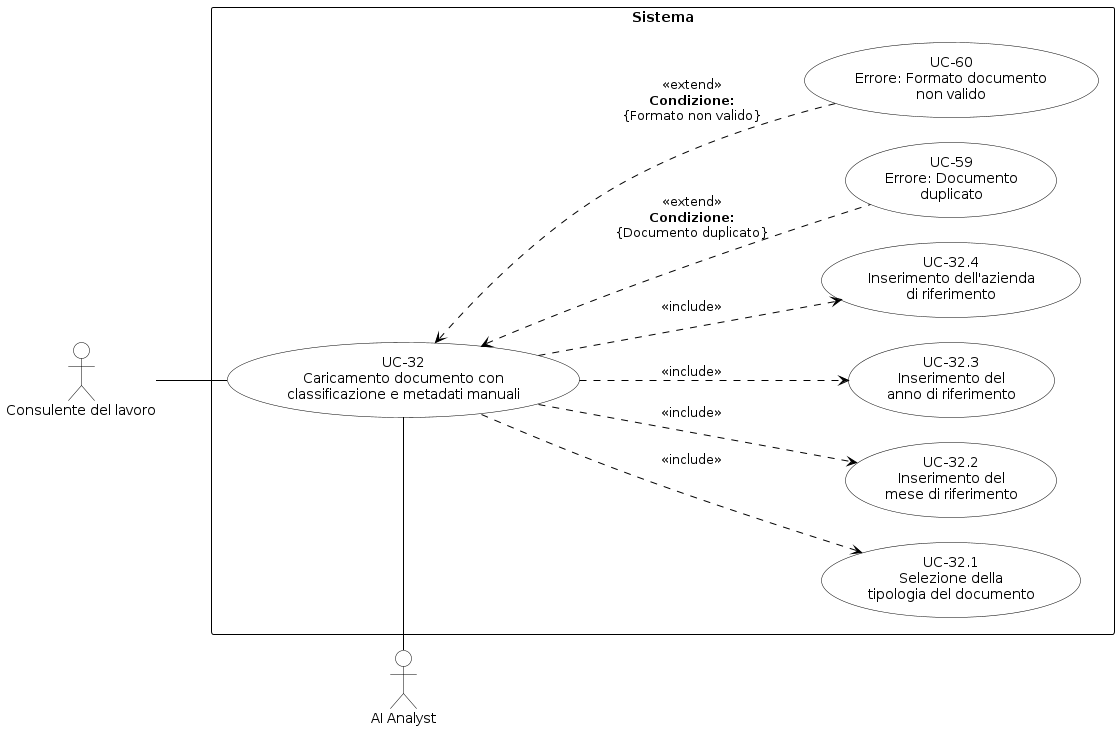
Before: RTB/Analisi dei Requisiti/diagrammi_use_case/UC-32.png, a diagram exported from PlantUML (aLittleByte-19/Documentazione).
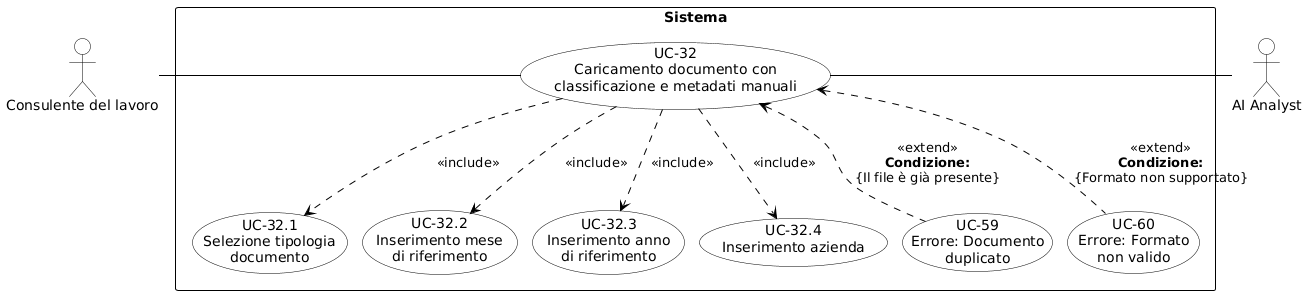
Later version of the same file.

Change to the diagram source:
```diff
@@ -1,9 +1,11 @@
 @startuml
 skinparam shadowing false
 skinparam defaultFontName Arial
-left to right direction
-skinparam nodesep 25
-skinparam ranksep 70
+
+top to bottom direction
+
+skinparam ranksep 50
+skinparam nodesep 15
 
 skinparam usecase {
     BackgroundColor white
@@ -19,29 +21,30 @@
     FontStyle bold
 }
 
-actor "Consulente del lavoro" as CL
+actor "Consulente del lavoro" as C
 actor "AI Analyst" as AI
 
 rectangle "Sistema" {
     usecase "UC-32\nCaricamento documento con\nclassificazione e metadati manuali" as UC32
 
-    usecase "UC-32.1\nSelezione della\ntipologia del documento" as UC32_1
-    usecase "UC-32.2\nInserimento del\nmese di riferimento" as UC32_2
-    usecase "UC-32.3\nInserimento del\nanno di riferimento" as UC32_3
-    usecase "UC-32.4\nInserimento dell'azienda\ndi riferimento" as UC32_4
+    usecase "UC-32.1\nSelezione tipologia\ndocumento" as UC32_1
+    usecase "UC-32.2\nInserimento mese\ndi riferimento" as UC32_2
+    usecase "UC-32.3\nInserimento anno\ndi riferimento" as UC32_3
+    usecase "UC-32.4\nInserimento azienda" as UC32_4
 
     usecase "UC-59\nErrore: Documento\nduplicato" as UC59
-    usecase "UC-60\nErrore: Formato documento\nnon valido" as UC60
+    usecase "UC-60\nErrore: Formato\nnon valido" as UC60
 
-    UC32 .down.> UC32_1 : <<include>>
-    UC32 .down.> UC32_2 : <<include>>
-    UC32 .down.> UC32_3 : <<include>>
-    UC32 .down.> UC32_4 : <<include>>
+    UC32 ..> UC32_1 : <<include>>
+    UC32 ..> UC32_2 : <<include>>
+    UC32 ..> UC32_3 : <<include>>
+    UC32 ..> UC32_4 : <<include>>
 
-    UC32 <.. UC59  : <<extend>>\n**Condizione:**\n{Documento duplicato}
-    UC32 <.. UC60 : <<extend>>\n**Condizione:**\n{Formato non valido}
+    UC32 <.. UC59 : <<extend>>\n**Condizione:**\n{Il file è già presente}
+    UC32 <.. UC60 : <<extend>>\n**Condizione:**\n{Formato non supportato}
 }
 
-CL -down- UC32
-UC32 -left- AI
+C -right- UC32
+
+UC32 -right- AI
 @enduml
```
